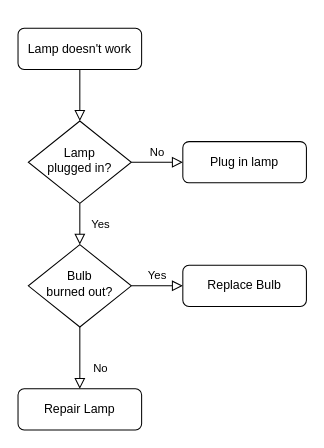
Above: Untitled Diagram.drawio in mozhdeh-peykari/fly-today (draw.io), before the change. Source tidied: cells renumbered, new cells numbered last; positions are measured from the earlier drawing's top-left corner, leaving out a move shared by most shapes. Both pictures are drawn from the tidied source at 103%, with x=0, y=0 at pixel (18, 28).
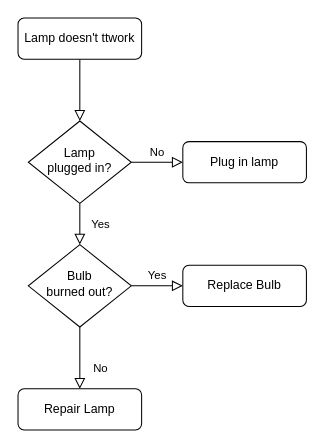
The same diagram, later.

Diff of the diagram source:
```diff
@@
 <mxGraphModel>
   <root>
     <mxCell id="0" />
     <mxCell id="1" parent="0" />
     <mxCell id="2" style="rounded=0;html=1;jettySize=auto;fontSize=11;endArrow=block;endFill=0;endSize=8;strokeWidth=1;shadow=0;labelBackgroundColor=none;edgeStyle=orthogonalEdgeStyle;" parent="1" edge="1" source="3" target="6">
       <mxGeometry relative="1" as="geometry" />
     </mxCell>
-    <mxCell id="3" value="Lamp doesn't work" style="rounded=1;whiteSpace=wrap;html=1;fontSize=12;glass=0;strokeWidth=1;shadow=0;" parent="1" vertex="1">
-      <mxGeometry width="120" height="40" as="geometry" />
+    <mxCell id="3" value="Lamp doesn't ttwork" style="rounded=1;whiteSpace=wrap;html=1;fontSize=12;glass=0;strokeWidth=1;shadow=0;" parent="1" vertex="1">
+      <mxGeometry y="-10" width="120" height="40" as="geometry" />
     </mxCell>
     <mxCell id="4" value="Yes" style="rounded=0;html=1;jettySize=auto;fontSize=11;endArrow=block;endFill=0;endSize=8;strokeWidth=1;shadow=0;labelBackgroundColor=none;edgeStyle=orthogonalEdgeStyle;" parent="1" edge="1" source="6" target="10">
       <mxGeometry y="20" relative="1" as="geometry" />
     </mxCell>
     <mxCell id="5" value="No" style="edgeStyle=orthogonalEdgeStyle;rounded=0;html=1;jettySize=auto;fontSize=11;endArrow=block;endFill=0;endSize=8;strokeWidth=1;shadow=0;labelBackgroundColor=none;" parent="1" edge="1" source="6" target="7">
       <mxGeometry y="10" relative="1" as="geometry" />
     </mxCell>
     <mxCell id="6" value="Lamp&lt;br&gt;plugged in?" style="rhombus;whiteSpace=wrap;html=1;shadow=0;fontFamily=Helvetica;fontSize=12;align=center;strokeWidth=1;spacing=6;spacingTop=-4;" parent="1" vertex="1">
       <mxGeometry x="10" y="90" width="100" height="80" as="geometry" />
     </mxCell>
     <mxCell id="7" value="Plug in lamp" style="rounded=1;whiteSpace=wrap;html=1;fontSize=12;glass=0;strokeWidth=1;shadow=0;" parent="1" vertex="1">
       <mxGeometry x="160" y="110" width="120" height="40" as="geometry" />
     </mxCell>
     <mxCell id="8" value="No" style="rounded=0;html=1;jettySize=auto;fontSize=11;endArrow=block;endFill=0;endSize=8;strokeWidth=1;shadow=0;labelBackgroundColor=none;edgeStyle=orthogonalEdgeStyle;" parent="1" edge="1" source="10" target="11">
       <mxGeometry x="0.33" y="20" relative="1" as="geometry" />
     </mxCell>
     <mxCell id="9" value="Yes" style="edgeStyle=orthogonalEdgeStyle;rounded=0;html=1;jettySize=auto;fontSize=11;endArrow=block;endFill=0;endSize=8;strokeWidth=1;shadow=0;labelBackgroundColor=none;" parent="1" edge="1" source="10" target="12">
       <mxGeometry y="10" relative="1" as="geometry" />
     </mxCell>
     <mxCell id="10" value="Bulb&lt;br&gt;burned out?" style="rhombus;whiteSpace=wrap;html=1;shadow=0;fontFamily=Helvetica;fontSize=12;align=center;strokeWidth=1;spacing=6;spacingTop=-4;" parent="1" vertex="1">
       <mxGeometry x="10" y="210" width="100" height="80" as="geometry" />
     </mxCell>
     <mxCell id="11" value="Repair Lamp" style="rounded=1;whiteSpace=wrap;html=1;fontSize=12;glass=0;strokeWidth=1;shadow=0;" parent="1" vertex="1">
       <mxGeometry y="350" width="120" height="40" as="geometry" />
     </mxCell>
     <mxCell id="12" value="Replace Bulb" style="rounded=1;whiteSpace=wrap;html=1;fontSize=12;glass=0;strokeWidth=1;shadow=0;" parent="1" vertex="1">
       <mxGeometry x="160" y="230" width="120" height="40" as="geometry" />
     </mxCell>
   </root>
 </mxGraphModel>
```
